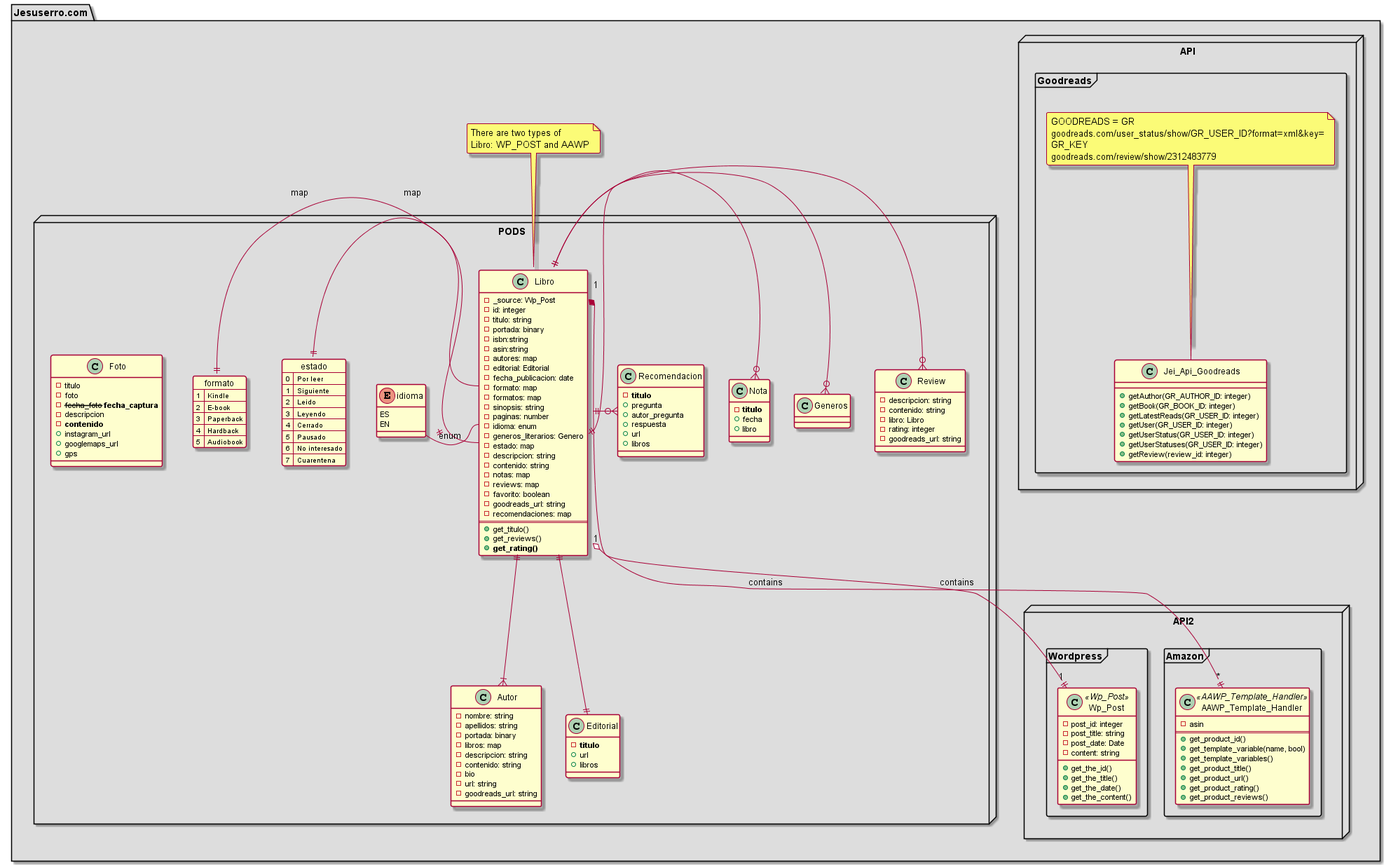
Above: docs/diagrams/out/app.png in libricos-com/libricos (PlantUML), before the change.
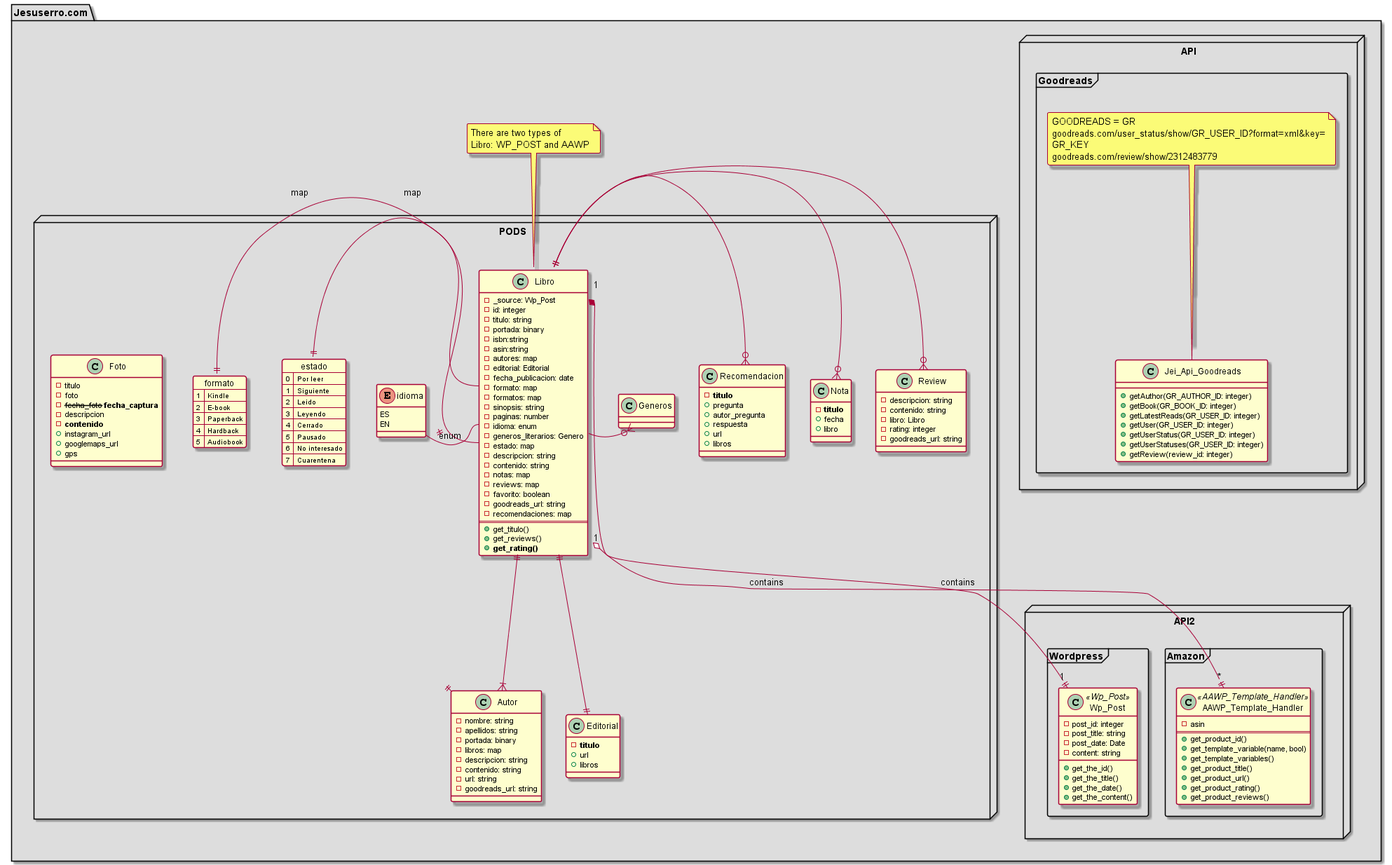
The same file after the commit.

Commit message:
docs(Autores POD): Limpieza datos del pod Autor

- Eliminado campo bio.
- Añadiendo datos en la bbdd

Change to the diagram source:
```diff
@@ -95,7 +95,6 @@
             - libros: map
             - descripcion: string
             - contenido: string
-            - bio
             - url: string
             - goodreads_url: string
         }
@@ -127,7 +126,6 @@
         Libro: WP_POST and AAWP
     end note
     Libro ||-o{ Review
-    Libro::generos_literarios ||-o{ Generos
     Libro ||-o{ Nota
     Libro ||-o{ Recomendacion
     Libro ||--down|{ Autor
@@ -135,6 +133,7 @@
     Libro::estado --left|| estado : map
     Libro::formato --left|| formato : map
     Libro::idioma --left|| idioma : enum
+    Libro::generos_literarios ||-o{ Generos
 
     PODS -[hidden] Api_node2
 
```
